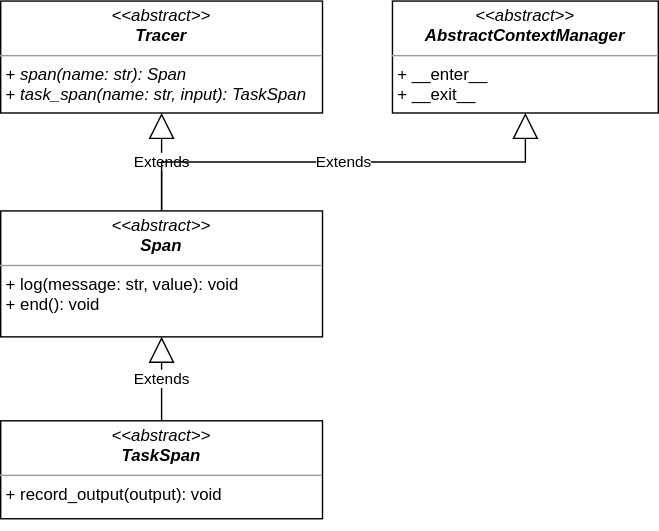
Aleph-Alpha/intelligence-layer-sdk keeps this draw.io diagram as assets/Tracer.drawio.svg. Above is the earlier version. Source tidied: cells renumbered, new cells last; positions are measured from the earlier drawing's top-left corner, leaving out a move shared by most shapes.
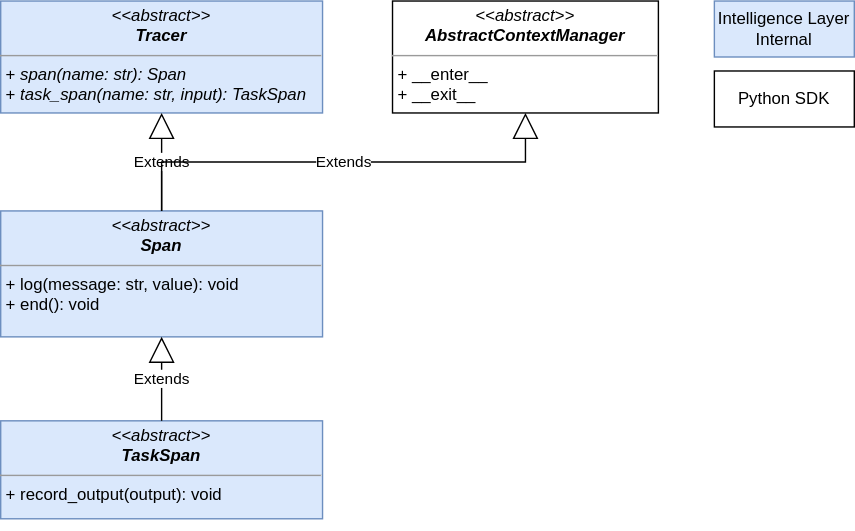
The same diagram one commit later.

Change to the diagram source:
```diff
@@ -2,10 +2,10 @@
   <root>
     <mxCell id="0" />
     <mxCell id="1" parent="0" />
-    <mxCell id="2" value="&lt;p style=&quot;margin:0px;margin-top:4px;text-align:center;&quot;&gt;&lt;i&gt;&amp;lt;&amp;lt;abstract&amp;gt;&amp;gt;&lt;/i&gt;&lt;br&gt;&lt;b&gt;&lt;i&gt;Tracer&lt;/i&gt;&lt;/b&gt;&lt;/p&gt;&lt;hr size=&quot;1&quot;&gt;&lt;p style=&quot;margin:0px;margin-left:4px;&quot;&gt;+ &lt;i&gt;span(name: str): Span&lt;/i&gt;&lt;br&gt;+ &lt;i&gt;task_span(name: str, input): TaskSpan&lt;/i&gt;&lt;/p&gt;" style="verticalAlign=top;align=left;overflow=fill;html=1;whiteSpace=wrap;" parent="1" vertex="1">
+    <mxCell id="2" value="&lt;p style=&quot;margin:0px;margin-top:4px;text-align:center;&quot;&gt;&lt;i&gt;&amp;lt;&amp;lt;abstract&amp;gt;&amp;gt;&lt;/i&gt;&lt;br&gt;&lt;b&gt;&lt;i&gt;Tracer&lt;/i&gt;&lt;/b&gt;&lt;/p&gt;&lt;hr size=&quot;1&quot;&gt;&lt;p style=&quot;margin:0px;margin-left:4px;&quot;&gt;+ &lt;i&gt;span(name: str): Span&lt;/i&gt;&lt;br&gt;+ &lt;i&gt;task_span(name: str, input): TaskSpan&lt;/i&gt;&lt;/p&gt;" style="verticalAlign=top;align=left;overflow=fill;html=1;whiteSpace=wrap;fillColor=#dae8fc;strokeColor=#6c8ebf;" parent="1" vertex="1">
       <mxGeometry width="230" height="80" as="geometry" />
     </mxCell>
-    <mxCell id="3" value="&lt;p style=&quot;margin:0px;margin-top:4px;text-align:center;&quot;&gt;&lt;i&gt;&amp;lt;&amp;lt;abstract&amp;gt;&amp;gt;&lt;/i&gt;&lt;br&gt;&lt;b&gt;&lt;i&gt;Span&lt;/i&gt;&lt;/b&gt;&lt;/p&gt;&lt;hr size=&quot;1&quot;&gt;&lt;p style=&quot;margin:0px;margin-left:4px;&quot;&gt;+ log(message: str, value): void&lt;br&gt;+ end(): void&lt;/p&gt;" style="verticalAlign=top;align=left;overflow=fill;html=1;whiteSpace=wrap;" parent="1" vertex="1">
+    <mxCell id="3" value="&lt;p style=&quot;margin:0px;margin-top:4px;text-align:center;&quot;&gt;&lt;i&gt;&amp;lt;&amp;lt;abstract&amp;gt;&amp;gt;&lt;/i&gt;&lt;br&gt;&lt;b&gt;&lt;i&gt;Span&lt;/i&gt;&lt;/b&gt;&lt;/p&gt;&lt;hr size=&quot;1&quot;&gt;&lt;p style=&quot;margin:0px;margin-left:4px;&quot;&gt;+ log(message: str, value): void&lt;br&gt;+ end(): void&lt;/p&gt;" style="verticalAlign=top;align=left;overflow=fill;html=1;whiteSpace=wrap;fillColor=#dae8fc;strokeColor=#6c8ebf;" parent="1" vertex="1">
       <mxGeometry y="150" width="230" height="90" as="geometry" />
     </mxCell>
     <mxCell id="4" value="Extends" style="endArrow=block;endSize=16;endFill=0;html=1;rounded=0;entryX=0.5;entryY=1;entryDx=0;entryDy=0;exitX=0.5;exitY=0;exitDx=0;exitDy=0;" parent="1" edge="1" source="3" target="2">
@@ -17,7 +17,7 @@
     <mxCell id="6" value="Extends" style="endArrow=block;endSize=16;endFill=0;html=1;rounded=0;entryX=0.5;entryY=1;entryDx=0;entryDy=0;exitX=0.5;exitY=0;exitDx=0;exitDy=0;edgeStyle=orthogonalEdgeStyle;" parent="1" edge="1" source="3" target="5">
       <mxGeometry relative="1" as="geometry" />
     </mxCell>
-    <mxCell id="7" value="&lt;p style=&quot;margin:0px;margin-top:4px;text-align:center;&quot;&gt;&lt;i&gt;&amp;lt;&amp;lt;abstract&amp;gt;&amp;gt;&lt;/i&gt;&lt;br&gt;&lt;b&gt;&lt;i&gt;TaskSpan&lt;/i&gt;&lt;/b&gt;&lt;/p&gt;&lt;hr size=&quot;1&quot;&gt;&lt;p style=&quot;margin:0px;margin-left:4px;&quot;&gt;+ record_output(output): void&lt;br&gt;&lt;/p&gt;" style="verticalAlign=top;align=left;overflow=fill;html=1;whiteSpace=wrap;" parent="1" vertex="1">
+    <mxCell id="7" value="&lt;p style=&quot;margin:0px;margin-top:4px;text-align:center;&quot;&gt;&lt;i&gt;&amp;lt;&amp;lt;abstract&amp;gt;&amp;gt;&lt;/i&gt;&lt;br&gt;&lt;b&gt;&lt;i&gt;TaskSpan&lt;/i&gt;&lt;/b&gt;&lt;/p&gt;&lt;hr size=&quot;1&quot;&gt;&lt;p style=&quot;margin:0px;margin-left:4px;&quot;&gt;+ record_output(output): void&lt;br&gt;&lt;/p&gt;" style="verticalAlign=top;align=left;overflow=fill;html=1;whiteSpace=wrap;fillColor=#dae8fc;strokeColor=#6c8ebf;" parent="1" vertex="1">
       <mxGeometry y="300" width="230" height="70" as="geometry" />
     </mxCell>
     <mxCell id="8" style="edgeStyle=orthogonalEdgeStyle;rounded=0;orthogonalLoop=1;jettySize=auto;html=1;exitX=0.5;exitY=1;exitDx=0;exitDy=0;" parent="1" edge="1" source="7" target="7">
@@ -26,5 +26,11 @@
     <mxCell id="9" value="Extends" style="endArrow=block;endSize=16;endFill=0;html=1;rounded=0;entryX=0.5;entryY=1;entryDx=0;entryDy=0;exitX=0.5;exitY=0;exitDx=0;exitDy=0;" parent="1" edge="1" source="7" target="3">
       <mxGeometry relative="1" as="geometry" />
     </mxCell>
+    <mxCell id="10" value="Intelligence Layer Internal" style="rounded=0;whiteSpace=wrap;html=1;fillColor=#dae8fc;strokeColor=#6c8ebf;" parent="1" vertex="1">
+      <mxGeometry x="510" width="100" height="40" as="geometry" />
+    </mxCell>
+    <mxCell id="11" value="Python SDK" style="rounded=0;whiteSpace=wrap;html=1;" parent="1" vertex="1">
+      <mxGeometry x="510" y="50" width="100" height="40" as="geometry" />
+    </mxCell>
   </root>
 </mxGraphModel>
```
